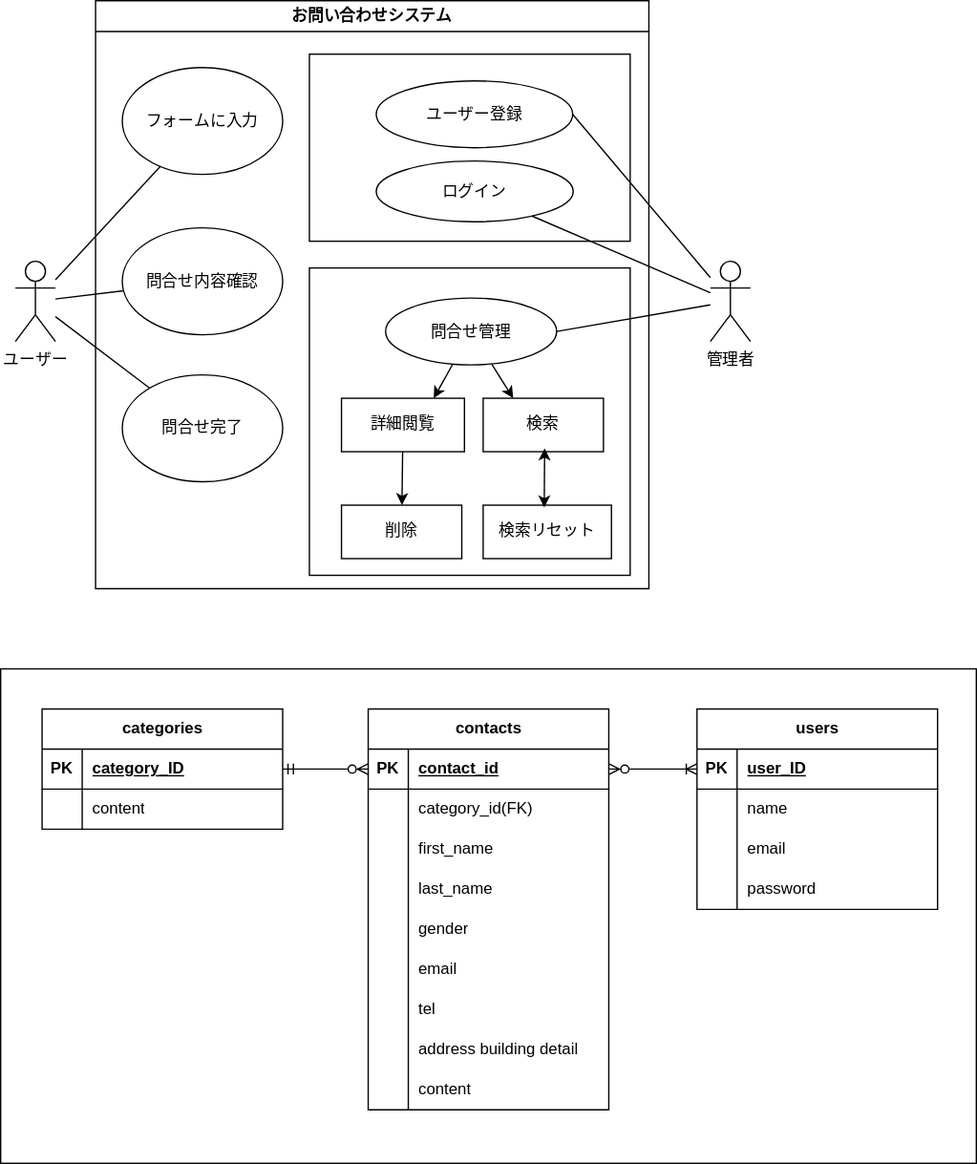
mutoryoko/check-test keeps this draw.io diagram as usecase_ER.drawio.svg. Above is the earlier version. Source tidied: cells renumbered, new cells last; positions are measured from the earlier drawing's top-left corner, leaving out a move shared by most shapes.
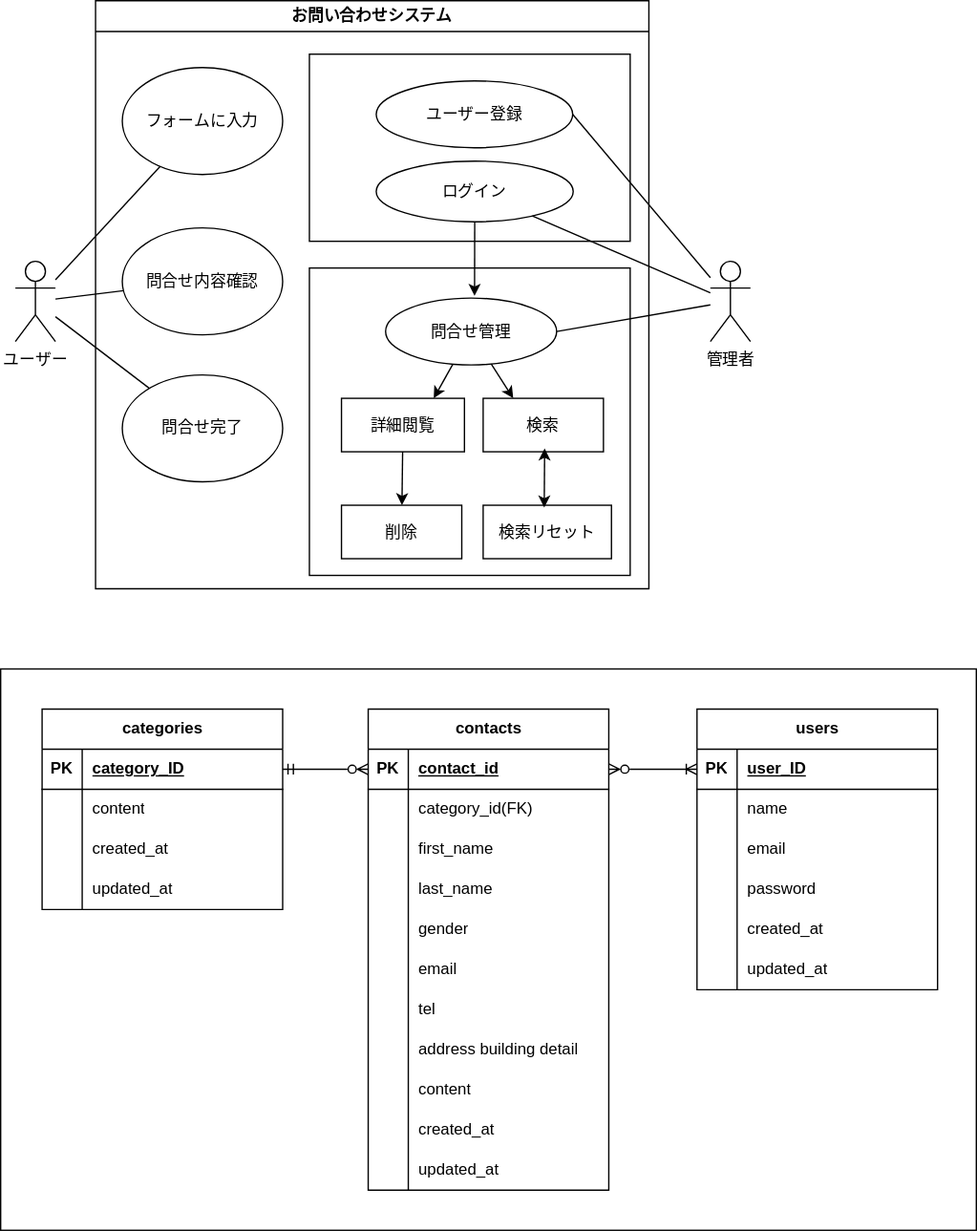
The same file after the commit.

Diff of the diagram source:
```diff
@@ -89,10 +89,10 @@
       <mxGeometry relative="1" as="geometry" />
     </mxCell>
     <mxCell id="30" style="rounded=0;whiteSpace=wrap;html=1;" parent="1" vertex="1">
-      <mxGeometry y="500" width="730" height="370" as="geometry" />
+      <mxGeometry y="500" width="730" height="420" as="geometry" />
     </mxCell>
     <mxCell id="31" value="contacts" style="shape=table;startSize=30;rowLines=0;fontStyle=1;align=center;html=1;" parent="1" vertex="1">
-      <mxGeometry x="275" y="530" width="180" height="300" as="geometry" />
+      <mxGeometry x="275" y="530" width="180" height="360" as="geometry" />
     </mxCell>
     <mxCell id="32" style="shape=tableRow;horizontal=0;startSize=0;swimlaneHead=0;swimlaneBody=0;fillColor=none;points=[[0,0.5],[1,0.5]];portConstraint=eastwest;top=0;left=0;right=0;bottom=1;" parent="31" vertex="1">
       <mxGeometry y="30" width="180" height="30" as="geometry" />
@@ -175,8 +175,26 @@
     <mxCell id="58" value="content" style="shape=partialRectangle;fillColor=none;top=0;left=0;bottom=0;right=0;align=left;spacingLeft=6;overflow=hidden;whiteSpace=wrap;html=1;" parent="56" vertex="1">
       <mxGeometry x="30" width="150" height="30" as="geometry" />
     </mxCell>
+    <mxCell id="81" style="shape=tableRow;horizontal=0;startSize=0;swimlaneHead=0;swimlaneBody=0;fillColor=none;top=0;left=0;right=0;bottom=0;" parent="31" vertex="1">
+      <mxGeometry y="300" width="180" height="30" as="geometry" />
+    </mxCell>
+    <mxCell id="82" style="shape=partialRectangle;fillColor=none;top=0;left=0;bottom=0;right=0;overflow=hidden;whiteSpace=wrap;html=1;" parent="81" vertex="1">
+      <mxGeometry width="30" height="30" as="geometry" />
+    </mxCell>
+    <mxCell id="83" value="created_at" style="shape=partialRectangle;fillColor=none;top=0;left=0;bottom=0;right=0;align=left;spacingLeft=6;overflow=hidden;whiteSpace=wrap;html=1;" parent="81" vertex="1">
+      <mxGeometry x="30" width="150" height="30" as="geometry" />
+    </mxCell>
+    <mxCell id="84" style="shape=tableRow;horizontal=0;startSize=0;swimlaneHead=0;swimlaneBody=0;fillColor=none;top=0;left=0;right=0;bottom=0;" parent="31" vertex="1">
+      <mxGeometry y="330" width="180" height="30" as="geometry" />
+    </mxCell>
+    <mxCell id="85" style="shape=partialRectangle;fillColor=none;top=0;left=0;bottom=0;right=0;overflow=hidden;whiteSpace=wrap;html=1;" parent="84" vertex="1">
+      <mxGeometry width="30" height="30" as="geometry" />
+    </mxCell>
+    <mxCell id="86" value="updated_at" style="shape=partialRectangle;fillColor=none;top=0;left=0;bottom=0;right=0;align=left;spacingLeft=6;overflow=hidden;whiteSpace=wrap;html=1;" parent="84" vertex="1">
+      <mxGeometry x="30" width="150" height="30" as="geometry" />
+    </mxCell>
     <mxCell id="59" value="users" style="shape=table;startSize=30;rowLines=0;fontStyle=1;align=center;html=1;" parent="1" vertex="1">
-      <mxGeometry x="521" y="530" width="180" height="150" as="geometry" />
+      <mxGeometry x="521" y="530" width="180" height="210" as="geometry" />
     </mxCell>
     <mxCell id="60" style="shape=tableRow;horizontal=0;startSize=0;swimlaneHead=0;swimlaneBody=0;fillColor=none;points=[[0,0.5],[1,0.5]];portConstraint=eastwest;top=0;left=0;right=0;bottom=1;" parent="59" vertex="1">
       <mxGeometry y="30" width="180" height="30" as="geometry" />
@@ -214,8 +232,26 @@
     <mxCell id="71" value="password" style="shape=partialRectangle;fillColor=none;top=0;left=0;bottom=0;right=0;align=left;spacingLeft=6;overflow=hidden;whiteSpace=wrap;html=1;" parent="69" vertex="1">
       <mxGeometry x="30" width="150" height="30" as="geometry" />
     </mxCell>
+    <mxCell id="87" style="shape=tableRow;horizontal=0;startSize=0;swimlaneHead=0;swimlaneBody=0;fillColor=none;top=0;left=0;right=0;bottom=0;" parent="59" vertex="1">
+      <mxGeometry y="150" width="180" height="30" as="geometry" />
+    </mxCell>
+    <mxCell id="88" style="shape=partialRectangle;fillColor=none;top=0;left=0;bottom=0;right=0;overflow=hidden;whiteSpace=wrap;html=1;" parent="87" vertex="1">
+      <mxGeometry width="30" height="30" as="geometry" />
+    </mxCell>
+    <mxCell id="89" value="created_at" style="shape=partialRectangle;fillColor=none;top=0;left=0;bottom=0;right=0;align=left;spacingLeft=6;overflow=hidden;whiteSpace=wrap;html=1;" parent="87" vertex="1">
+      <mxGeometry x="30" width="150" height="30" as="geometry" />
+    </mxCell>
+    <mxCell id="90" style="shape=tableRow;horizontal=0;startSize=0;swimlaneHead=0;swimlaneBody=0;fillColor=none;top=0;left=0;right=0;bottom=0;" parent="59" vertex="1">
+      <mxGeometry y="180" width="180" height="30" as="geometry" />
+    </mxCell>
+    <mxCell id="91" style="shape=partialRectangle;fillColor=none;top=0;left=0;bottom=0;right=0;overflow=hidden;whiteSpace=wrap;html=1;" parent="90" vertex="1">
+      <mxGeometry width="30" height="30" as="geometry" />
+    </mxCell>
+    <mxCell id="92" value="updated_at" style="shape=partialRectangle;fillColor=none;top=0;left=0;bottom=0;right=0;align=left;spacingLeft=6;overflow=hidden;whiteSpace=wrap;html=1;" parent="90" vertex="1">
+      <mxGeometry x="30" width="150" height="30" as="geometry" />
+    </mxCell>
     <mxCell id="72" value="categories" style="shape=table;startSize=30;rowLines=0;fontStyle=1;align=center;html=1;" parent="1" vertex="1">
-      <mxGeometry x="31" y="530" width="180" height="90" as="geometry" />
+      <mxGeometry x="31" y="530" width="180" height="150" as="geometry" />
     </mxCell>
     <mxCell id="73" style="shape=tableRow;horizontal=0;startSize=0;swimlaneHead=0;swimlaneBody=0;fillColor=none;points=[[0,0.5],[1,0.5]];portConstraint=eastwest;top=0;left=0;right=0;bottom=1;" parent="72" vertex="1">
       <mxGeometry y="30" width="180" height="30" as="geometry" />
@@ -235,11 +271,32 @@
     <mxCell id="78" value="content" style="shape=partialRectangle;fillColor=none;top=0;left=0;bottom=0;right=0;align=left;spacingLeft=6;overflow=hidden;whiteSpace=wrap;html=1;" parent="76" vertex="1">
       <mxGeometry x="30" width="150" height="30" as="geometry" />
     </mxCell>
+    <mxCell id="93" style="shape=tableRow;horizontal=0;startSize=0;swimlaneHead=0;swimlaneBody=0;fillColor=none;top=0;left=0;right=0;bottom=0;" parent="72" vertex="1">
+      <mxGeometry y="90" width="180" height="30" as="geometry" />
+    </mxCell>
+    <mxCell id="94" style="shape=partialRectangle;fillColor=none;top=0;left=0;bottom=0;right=0;overflow=hidden;whiteSpace=wrap;html=1;" parent="93" vertex="1">
+      <mxGeometry width="30" height="30" as="geometry" />
+    </mxCell>
+    <mxCell id="95" value="created_at" style="shape=partialRectangle;fillColor=none;top=0;left=0;bottom=0;right=0;align=left;spacingLeft=6;overflow=hidden;whiteSpace=wrap;html=1;" parent="93" vertex="1">
+      <mxGeometry x="30" width="150" height="30" as="geometry" />
+    </mxCell>
+    <mxCell id="96" style="shape=tableRow;horizontal=0;startSize=0;swimlaneHead=0;swimlaneBody=0;fillColor=none;top=0;left=0;right=0;bottom=0;" parent="72" vertex="1">
+      <mxGeometry y="120" width="180" height="30" as="geometry" />
+    </mxCell>
+    <mxCell id="97" style="shape=partialRectangle;fillColor=none;top=0;left=0;bottom=0;right=0;overflow=hidden;whiteSpace=wrap;html=1;" parent="96" vertex="1">
+      <mxGeometry width="30" height="30" as="geometry" />
+    </mxCell>
+    <mxCell id="98" value="updated_at" style="shape=partialRectangle;fillColor=none;top=0;left=0;bottom=0;right=0;align=left;spacingLeft=6;overflow=hidden;whiteSpace=wrap;html=1;" parent="96" vertex="1">
+      <mxGeometry x="30" width="150" height="30" as="geometry" />
+    </mxCell>
     <mxCell id="79" style="edgeStyle=entityRelationEdgeStyle;fontSize=12;html=1;endArrow=ERmandOne;exitX=0;exitY=0.5;exitDx=0;exitDy=0;entryX=1;entryY=0.5;entryDx=0;entryDy=0;endFill=0;startArrow=ERzeroToMany;startFill=0;" parent="1" edge="1" source="32" target="73">
       <mxGeometry relative="1" as="geometry" />
     </mxCell>
     <mxCell id="80" style="edgeStyle=entityRelationEdgeStyle;fontSize=12;html=1;endArrow=ERoneToMany;startArrow=ERzeroToMany;entryX=0;entryY=0.5;entryDx=0;entryDy=0;exitX=1;exitY=0.5;exitDx=0;exitDy=0;startFill=0;endFill=0;" parent="1" edge="1" source="32" target="60">
       <mxGeometry relative="1" as="geometry" />
     </mxCell>
+    <mxCell id="99" style="endArrow=classic;html=1;entryX=0.52;entryY=-0.033;entryDx=0;entryDy=0;entryPerimeter=0;exitX=0.5;exitY=1;exitDx=0;exitDy=0;" parent="1" edge="1" source="21" target="5">
+      <mxGeometry relative="1" as="geometry" />
+    </mxCell>
   </root>
 </mxGraphModel>
```
